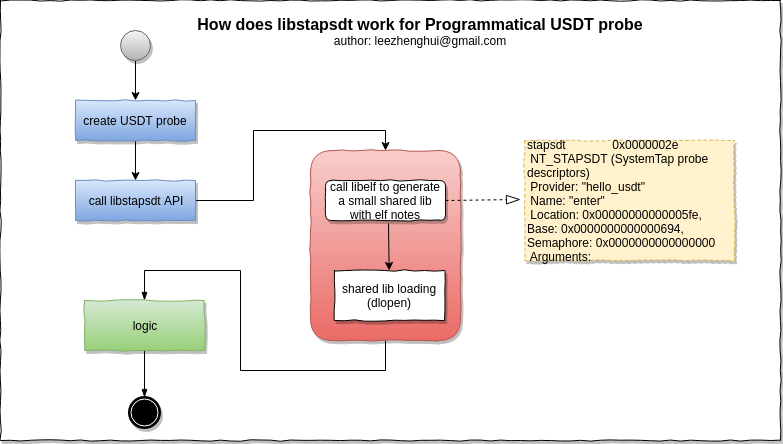
Above: assets/materials/explore-usdt-on-linux/linux-tracing-libstapsdt.png in leezhenghui/leezhenghui.github.io (draw.io), before the change. Source tidied: cells renumbered, new cells last; positions are measured from the earlier drawing's top-left corner, leaving out a move shared by most shapes. Source of this version:
```xml
<mxGraphModel>
  <root>
    <mxCell id="0" />
    <mxCell id="1" parent="0" />
    <mxCell id="2" style="rounded=0;whiteSpace=wrap;html=1;shadow=1;glass=1;comic=1;align=center;" parent="1" vertex="1">
      <mxGeometry width="780" height="440" as="geometry" />
    </mxCell>
    <mxCell id="3" style="edgeStyle=orthogonalEdgeStyle;rounded=0;jettySize=auto;html=1;entryX=0.5;entryY=0;entryDx=0;entryDy=0;" parent="1" edge="1" source="4" target="8">
      <mxGeometry relative="1" as="geometry" />
    </mxCell>
    <mxCell id="4" value="create USDT probe" style="rounded=0;whiteSpace=wrap;html=1;shadow=1;glass=1;comic=1;align=center;fillColor=#dae8fc;strokeColor=#6c8ebf;gradientColor=#7ea6e0;" parent="1" vertex="1">
      <mxGeometry x="75" y="100" width="120" height="40" as="geometry" />
    </mxCell>
    <mxCell id="5" style="edgeStyle=orthogonalEdgeStyle;rounded=0;jettySize=auto;html=1;" parent="1" edge="1" source="6" target="4">
      <mxGeometry relative="1" as="geometry" />
    </mxCell>
    <mxCell id="6" style="shape=mxgraph.bpmn.shape;html=1;verticalLabelPosition=bottom;labelBackgroundColor=#ffffff;verticalAlign=top;align=center;perimeter=ellipsePerimeter;outlineConnect=0;outline=standard;symbol=general;rounded=0;shadow=1;glass=1;comic=1;fillColor=#f5f5f5;strokeColor=#666666;gradientColor=#b3b3b3;" parent="1" vertex="1">
      <mxGeometry x="120" y="30" width="30" height="30" as="geometry" />
    </mxCell>
    <mxCell id="7" style="edgeStyle=orthogonalEdgeStyle;rounded=0;jettySize=auto;html=1;entryX=0.5;entryY=0;entryDx=0;entryDy=0;" parent="1" edge="1" source="8" target="10">
      <mxGeometry relative="1" as="geometry" />
    </mxCell>
    <mxCell id="8" value="call&amp;nbsp;&lt;span&gt;libstapsdt API&lt;/span&gt;" style="rounded=0;whiteSpace=wrap;html=1;shadow=1;glass=1;comic=1;align=center;fillColor=#dae8fc;strokeColor=#6c8ebf;gradientColor=#7ea6e0;" parent="1" vertex="1">
      <mxGeometry x="75" y="180" width="120" height="40" as="geometry" />
    </mxCell>
    <mxCell id="9" style="edgeStyle=orthogonalEdgeStyle;rounded=0;jettySize=auto;html=1;entryX=0.5;entryY=0;entryDx=0;entryDy=0;endArrow=blockThin;endFill=1;" parent="1" edge="1" source="10" target="17">
      <mxGeometry relative="1" as="geometry">
        <Array as="points">
          <mxPoint x="385" y="370" />
          <mxPoint x="240" y="370" />
          <mxPoint x="240" y="270" />
          <mxPoint x="144" y="270" />
        </Array>
      </mxGeometry>
    </mxCell>
    <mxCell id="10" style="shape=ext;rounded=1;html=1;whiteSpace=wrap;shadow=1;glass=1;comic=1;align=center;fillColor=#f8cecc;strokeColor=#b85450;gradientColor=#ea6b66;" parent="1" vertex="1">
      <mxGeometry x="310" y="150" width="150" height="190" as="geometry" />
    </mxCell>
    <mxCell id="11" value="call&amp;nbsp;&lt;span&gt;libelf to generate&lt;br&gt;a small shared lib with elf notes&lt;br&gt;&lt;/span&gt;" style="shape=ext;rounded=1;html=1;whiteSpace=wrap;shadow=1;glass=1;comic=1;align=center;" parent="1" vertex="1">
      <mxGeometry x="325" y="180" width="120" height="40" as="geometry" />
    </mxCell>
    <mxCell id="12" value="stapsdt&amp;nbsp; &amp;nbsp; &amp;nbsp; &amp;nbsp; &amp;nbsp; &amp;nbsp; &amp;nbsp; 0x0000002e&amp;nbsp; &amp;nbsp; &amp;nbsp; &amp;nbsp;NT_STAPSDT (SystemTap probe descriptors)&lt;br&gt;&amp;nbsp;Provider: &quot;hello_usdt&quot;&lt;br&gt;&amp;nbsp;Name: &quot;enter&quot;&lt;br&gt;&amp;nbsp;Location: 0x00000000000005fe, Base: 0x0000000000000694, Semaphore: 0x0000000000000000&lt;br&gt;&amp;nbsp;Arguments:&lt;br&gt;" style="rounded=0;whiteSpace=wrap;html=1;shadow=1;glass=1;comic=1;align=left;dashed=1;fillColor=#fff2cc;strokeColor=#d6b656;" parent="1" vertex="1">
      <mxGeometry x="524" y="140" width="210" height="120" as="geometry" />
    </mxCell>
    <mxCell id="13" style="endArrow=blockThin;endFill=0;endSize=12;html=1;exitX=1;exitY=0.5;exitDx=0;exitDy=0;dashed=1;" parent="1" edge="1" source="11">
      <mxGeometry relative="1" as="geometry">
        <mxPoint x="520" y="199" as="targetPoint" />
      </mxGeometry>
    </mxCell>
    <mxCell id="14" value="shared lib loading&lt;br&gt;(dlopen)&lt;br&gt;" style="html=1;rounded=0;shadow=1;glass=1;comic=1;align=center;" parent="1" vertex="1">
      <mxGeometry x="334" y="270" width="110" height="50" as="geometry" />
    </mxCell>
    <mxCell id="15" style="endArrow=classic;html=1;" parent="1" edge="1" target="14">
      <mxGeometry relative="1" as="geometry">
        <mxPoint x="388" y="223" as="sourcePoint" />
      </mxGeometry>
    </mxCell>
    <mxCell id="16" style="edgeStyle=orthogonalEdgeStyle;rounded=0;jettySize=auto;html=1;entryX=0.5;entryY=0;entryDx=0;entryDy=0;endArrow=blockThin;endFill=1;" parent="1" edge="1" source="17" target="18">
      <mxGeometry relative="1" as="geometry" />
    </mxCell>
    <mxCell id="17" value="logic" style="rounded=0;whiteSpace=wrap;html=1;shadow=1;glass=1;comic=1;align=center;fillColor=#d5e8d4;strokeColor=#82b366;gradientColor=#97d077;" parent="1" vertex="1">
      <mxGeometry x="84" y="300" width="120" height="50" as="geometry" />
    </mxCell>
    <mxCell id="18" style="shape=mxgraph.bpmn.shape;html=1;verticalLabelPosition=bottom;labelBackgroundColor=#ffffff;verticalAlign=top;align=center;perimeter=ellipsePerimeter;outlineConnect=0;outline=end;symbol=terminate;rounded=0;shadow=1;glass=1;comic=1;" parent="1" vertex="1">
      <mxGeometry x="129" y="397" width="30" height="30" as="geometry" />
    </mxCell>
    <mxCell id="19" value="&lt;font style=&quot;font-size: 16px&quot;&gt;&lt;b&gt;How does libstapsdt work for&amp;nbsp;Programmatical USDT probe&lt;br&gt;&lt;/b&gt;&lt;/font&gt;author: leezhenghui@gmail.com&lt;br&gt;" style="text;html=1;strokeColor=none;fillColor=none;align=center;verticalAlign=middle;whiteSpace=wrap;rounded=0;shadow=1;glass=1;comic=1;" parent="1" vertex="1">
      <mxGeometry x="190" y="10" width="460" height="40" as="geometry" />
    </mxCell>
  </root>
</mxGraphModel>
```
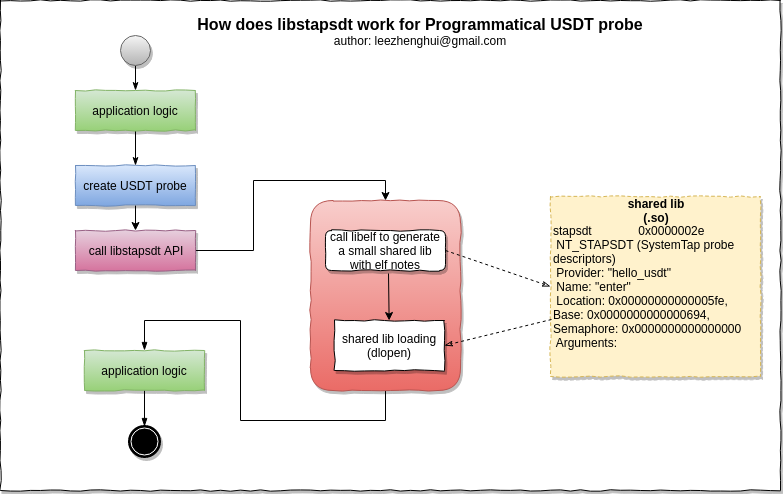
Above is the later version.

Commit message:
auto udpate by doc builder

What changed in the source:
```diff
@@ -3,24 +3,24 @@
     <mxCell id="0" />
     <mxCell id="1" parent="0" />
     <mxCell id="2" style="rounded=0;whiteSpace=wrap;html=1;shadow=1;glass=1;comic=1;align=center;" parent="1" vertex="1">
-      <mxGeometry width="780" height="440" as="geometry" />
+      <mxGeometry y="-50" width="780" height="490" as="geometry" />
     </mxCell>
     <mxCell id="3" style="edgeStyle=orthogonalEdgeStyle;rounded=0;jettySize=auto;html=1;entryX=0.5;entryY=0;entryDx=0;entryDy=0;" parent="1" edge="1" source="4" target="8">
       <mxGeometry relative="1" as="geometry" />
     </mxCell>
     <mxCell id="4" value="create USDT probe" style="rounded=0;whiteSpace=wrap;html=1;shadow=1;glass=1;comic=1;align=center;fillColor=#dae8fc;strokeColor=#6c8ebf;gradientColor=#7ea6e0;" parent="1" vertex="1">
-      <mxGeometry x="75" y="100" width="120" height="40" as="geometry" />
+      <mxGeometry x="75" y="115" width="120" height="40" as="geometry" />
     </mxCell>
-    <mxCell id="5" style="edgeStyle=orthogonalEdgeStyle;rounded=0;jettySize=auto;html=1;" parent="1" edge="1" source="6" target="4">
-      <mxGeometry relative="1" as="geometry" />
-    </mxCell>
+    <mxCell id="20" style="edgeStyle=orthogonalEdgeStyle;rounded=0;jettySize=auto;html=1;endArrow=classicThin;endFill=1;" parent="1" edge="1" source="6" target="25">
+      <mxGeometry relative="1" as="geometry" />
+    </mxCell>
     <mxCell id="6" style="shape=mxgraph.bpmn.shape;html=1;verticalLabelPosition=bottom;labelBackgroundColor=#ffffff;verticalAlign=top;align=center;perimeter=ellipsePerimeter;outlineConnect=0;outline=standard;symbol=general;rounded=0;shadow=1;glass=1;comic=1;fillColor=#f5f5f5;strokeColor=#666666;gradientColor=#b3b3b3;" parent="1" vertex="1">
-      <mxGeometry x="120" y="30" width="30" height="30" as="geometry" />
+      <mxGeometry x="120" y="-15" width="30" height="30" as="geometry" />
     </mxCell>
     <mxCell id="7" style="edgeStyle=orthogonalEdgeStyle;rounded=0;jettySize=auto;html=1;entryX=0.5;entryY=0;entryDx=0;entryDy=0;" parent="1" edge="1" source="8" target="10">
       <mxGeometry relative="1" as="geometry" />
     </mxCell>
-    <mxCell id="8" value="call&amp;nbsp;&lt;span&gt;libstapsdt API&lt;/span&gt;" style="rounded=0;whiteSpace=wrap;html=1;shadow=1;glass=1;comic=1;align=center;fillColor=#dae8fc;strokeColor=#6c8ebf;gradientColor=#7ea6e0;" parent="1" vertex="1">
+    <mxCell id="8" value="call&amp;nbsp;&lt;span&gt;libstapsdt API&lt;/span&gt;" style="rounded=0;whiteSpace=wrap;html=1;shadow=1;glass=1;comic=1;align=center;fillColor=#e6d0de;strokeColor=#996185;gradientColor=#d5739d;" parent="1" vertex="1">
       <mxGeometry x="75" y="180" width="120" height="40" as="geometry" />
     </mxCell>
     <mxCell id="9" style="edgeStyle=orthogonalEdgeStyle;rounded=0;jettySize=auto;html=1;entryX=0.5;entryY=0;entryDx=0;entryDy=0;endArrow=blockThin;endFill=1;" parent="1" edge="1" source="10" target="17">
@@ -40,13 +40,8 @@
       <mxGeometry x="325" y="180" width="120" height="40" as="geometry" />
     </mxCell>
     <mxCell id="12" value="stapsdt&amp;nbsp; &amp;nbsp; &amp;nbsp; &amp;nbsp; &amp;nbsp; &amp;nbsp; &amp;nbsp; 0x0000002e&amp;nbsp; &amp;nbsp; &amp;nbsp; &amp;nbsp;NT_STAPSDT (SystemTap probe descriptors)&lt;br&gt;&amp;nbsp;Provider: &quot;hello_usdt&quot;&lt;br&gt;&amp;nbsp;Name: &quot;enter&quot;&lt;br&gt;&amp;nbsp;Location: 0x00000000000005fe, Base: 0x0000000000000694, Semaphore: 0x0000000000000000&lt;br&gt;&amp;nbsp;Arguments:&lt;br&gt;" style="rounded=0;whiteSpace=wrap;html=1;shadow=1;glass=1;comic=1;align=left;dashed=1;fillColor=#fff2cc;strokeColor=#d6b656;" parent="1" vertex="1">
-      <mxGeometry x="524" y="140" width="210" height="120" as="geometry" />
+      <mxGeometry x="550" y="146" width="210" height="180" as="geometry" />
     </mxCell>
-    <mxCell id="13" style="endArrow=blockThin;endFill=0;endSize=12;html=1;exitX=1;exitY=0.5;exitDx=0;exitDy=0;dashed=1;" parent="1" edge="1" source="11">
-      <mxGeometry relative="1" as="geometry">
-        <mxPoint x="520" y="199" as="targetPoint" />
-      </mxGeometry>
-    </mxCell>
     <mxCell id="14" value="shared lib loading&lt;br&gt;(dlopen)&lt;br&gt;" style="html=1;rounded=0;shadow=1;glass=1;comic=1;align=center;" parent="1" vertex="1">
       <mxGeometry x="334" y="270" width="110" height="50" as="geometry" />
     </mxCell>
@@ -58,14 +53,29 @@
     <mxCell id="16" style="edgeStyle=orthogonalEdgeStyle;rounded=0;jettySize=auto;html=1;entryX=0.5;entryY=0;entryDx=0;entryDy=0;endArrow=blockThin;endFill=1;" parent="1" edge="1" source="17" target="18">
       <mxGeometry relative="1" as="geometry" />
     </mxCell>
-    <mxCell id="17" value="logic" style="rounded=0;whiteSpace=wrap;html=1;shadow=1;glass=1;comic=1;align=center;fillColor=#d5e8d4;strokeColor=#82b366;gradientColor=#97d077;" parent="1" vertex="1">
-      <mxGeometry x="84" y="300" width="120" height="50" as="geometry" />
+    <mxCell id="17" value="application logic" style="rounded=0;whiteSpace=wrap;html=1;shadow=1;glass=1;comic=1;align=center;fillColor=#d5e8d4;strokeColor=#82b366;gradientColor=#97d077;" parent="1" vertex="1">
+      <mxGeometry x="84" y="300" width="120" height="40" as="geometry" />
     </mxCell>
     <mxCell id="18" style="shape=mxgraph.bpmn.shape;html=1;verticalLabelPosition=bottom;labelBackgroundColor=#ffffff;verticalAlign=top;align=center;perimeter=ellipsePerimeter;outlineConnect=0;outline=end;symbol=terminate;rounded=0;shadow=1;glass=1;comic=1;" parent="1" vertex="1">
-      <mxGeometry x="129" y="397" width="30" height="30" as="geometry" />
+      <mxGeometry x="129" y="376" width="30" height="30" as="geometry" />
     </mxCell>
     <mxCell id="19" value="&lt;font style=&quot;font-size: 16px&quot;&gt;&lt;b&gt;How does libstapsdt work for&amp;nbsp;Programmatical USDT probe&lt;br&gt;&lt;/b&gt;&lt;/font&gt;author: leezhenghui@gmail.com&lt;br&gt;" style="text;html=1;strokeColor=none;fillColor=none;align=center;verticalAlign=middle;whiteSpace=wrap;rounded=0;shadow=1;glass=1;comic=1;" parent="1" vertex="1">
-      <mxGeometry x="190" y="10" width="460" height="40" as="geometry" />
+      <mxGeometry x="190" y="-40" width="460" height="40" as="geometry" />
     </mxCell>
+    <mxCell id="21" value="shared lib&lt;br&gt;(.so)&lt;br&gt;" style="text;html=1;strokeColor=none;fillColor=none;align=center;verticalAlign=middle;whiteSpace=wrap;rounded=0;fontStyle=1;" parent="1" vertex="1">
+      <mxGeometry x="570" y="150" width="170" height="20" as="geometry" />
+    </mxCell>
+    <mxCell id="22" style="endArrow=classicThin;html=1;exitX=0.005;exitY=0.683;exitDx=0;exitDy=0;exitPerimeter=0;entryX=1;entryY=0.5;entryDx=0;entryDy=0;dashed=1;endFill=0;" parent="1" edge="1" source="12" target="14">
+      <mxGeometry relative="1" as="geometry" />
+    </mxCell>
+    <mxCell id="23" style="endArrow=classicThin;html=1;exitX=1;exitY=0.5;exitDx=0;exitDy=0;dashed=1;endFill=0;entryX=0;entryY=0.5;entryDx=0;entryDy=0;" parent="1" edge="1" source="11" target="12">
+      <mxGeometry relative="1" as="geometry" />
+    </mxCell>
+    <mxCell id="24" style="edgeStyle=orthogonalEdgeStyle;rounded=0;jettySize=auto;html=1;entryX=0.5;entryY=0;entryDx=0;entryDy=0;endArrow=classicThin;endFill=1;" parent="1" edge="1" source="25" target="4">
+      <mxGeometry relative="1" as="geometry" />
+    </mxCell>
+    <mxCell id="25" value="application logic" style="rounded=0;whiteSpace=wrap;html=1;shadow=1;glass=1;comic=1;align=center;fillColor=#d5e8d4;strokeColor=#82b366;gradientColor=#97d077;" parent="1" vertex="1">
+      <mxGeometry x="75" y="40" width="120" height="40" as="geometry" />
+    </mxCell>
   </root>
 </mxGraphModel>
```
